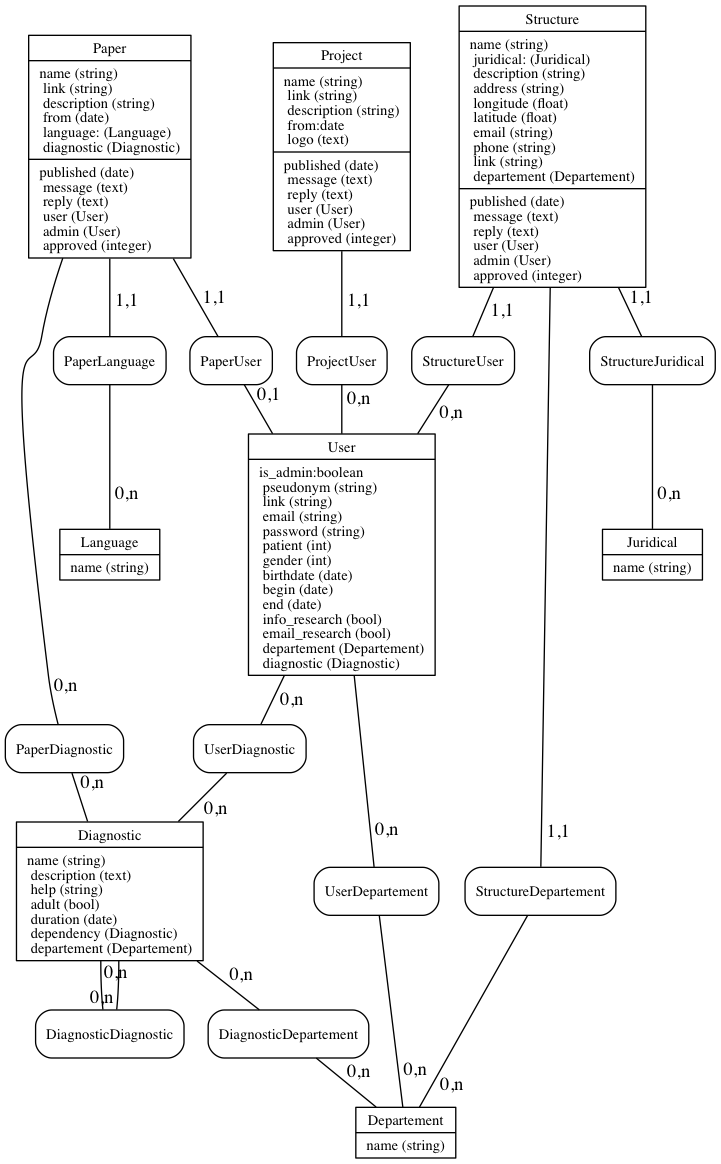
The Graphviz diagram mcd.png in adjivas/site-ref, before a commit. Its source is kept beside it as mcd.dot.
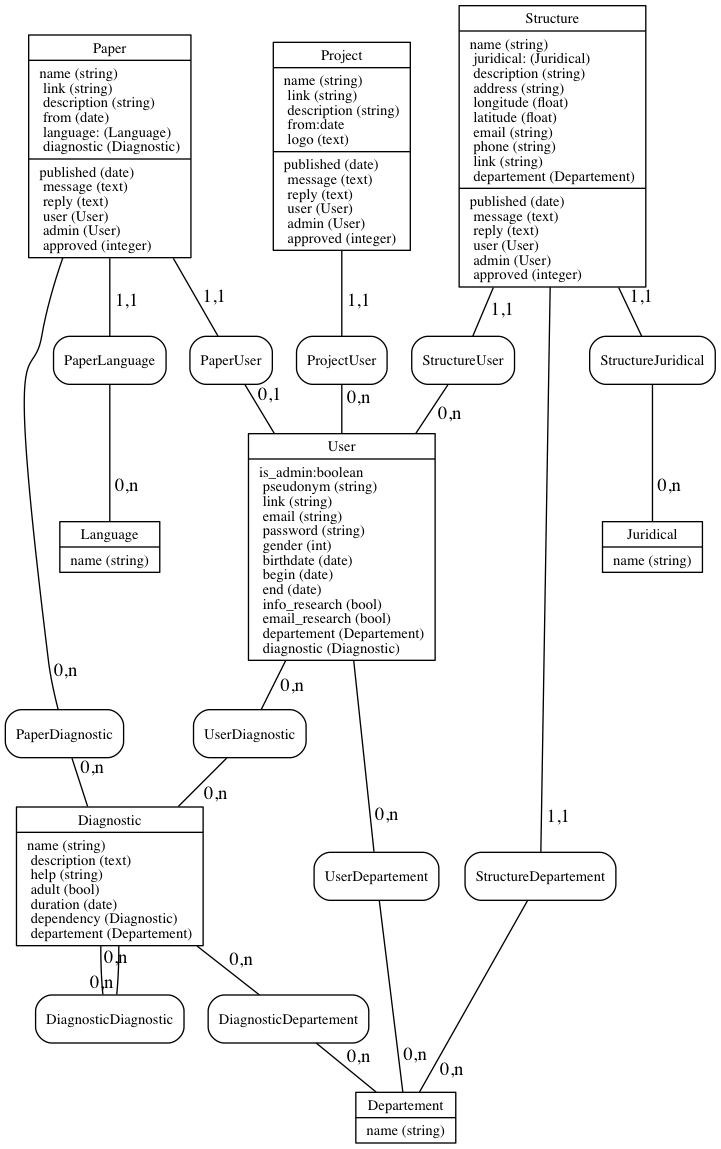
The same file after the commit.

Commit message:
remove field patient:int from User

Diff of the diagram source:
```diff
@@ -93,7 +93,6 @@
    link (string)\l
    email (string)\l
    password (string)\l
-   patient (int)\l
    gender (int)\l
    birthdate (date)\l
    begin (date)\l
```
